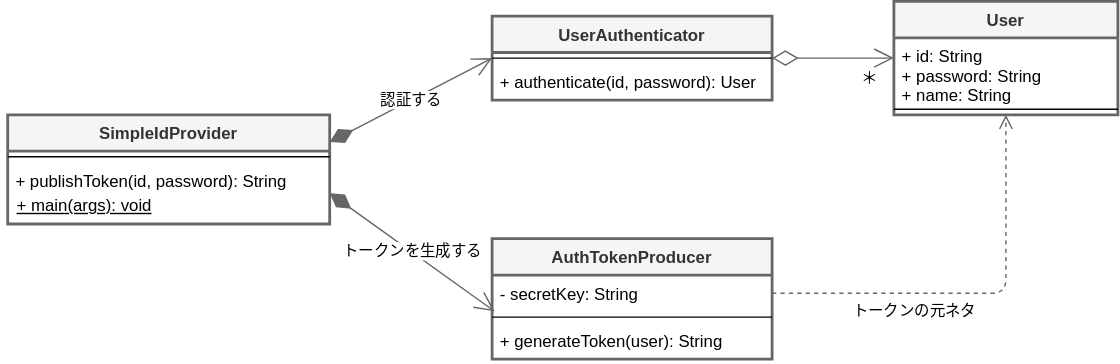
The draw.io diagram src/img/blogs/2022/1210_simpleIdprovider-structure.drawio.svg in mamezou-tech/mamezou-tech-site, before a commit. Source tidied: cells renumbered, new cells last; positions are measured from the earlier drawing's top-left corner, leaving out a move shared by most shapes.
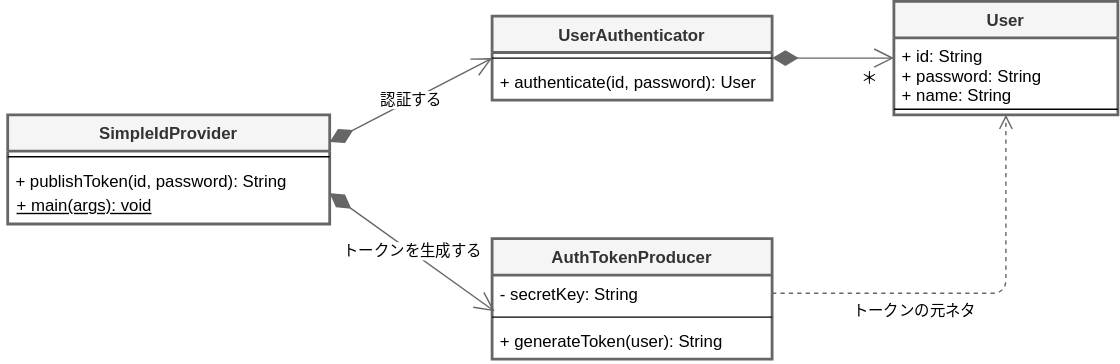
The same file after the commit.

Change to the diagram source:
```diff
@@ -32,7 +32,7 @@
     <mxCell id="11" style="line;strokeWidth=1;fillColor=none;align=left;verticalAlign=middle;spacingTop=-1;spacingLeft=3;spacingRight=3;labelPosition=right;" parent="9" vertex="1">
       <mxGeometry y="73" width="160" height="8" as="geometry" />
     </mxCell>
-    <mxCell id="12" style="endArrow=open;endFill=1;endSize=12;html=1;exitX=1;exitY=0.5;exitDx=0;exitDy=0;entryX=0;entryY=0.5;entryDx=0;entryDy=0;startArrow=diamondThin;startFill=0;startSize=16;labelPosition=right;verticalLabelPosition=bottom;align=left;verticalAlign=top;strokeColor=#666666;" parent="1" edge="1" source="6" target="9">
+    <mxCell id="12" style="endArrow=open;endFill=1;endSize=12;html=1;exitX=1;exitY=0.5;exitDx=0;exitDy=0;entryX=0;entryY=0.5;entryDx=0;entryDy=0;startArrow=diamondThin;startFill=1;startSize=16;labelPosition=right;verticalLabelPosition=bottom;align=left;verticalAlign=top;strokeColor=#666666;" parent="1" edge="1" source="6" target="9">
       <mxGeometry relative="1" as="geometry" />
     </mxCell>
     <mxCell id="13" value="認証する" style="edgeStyle=none;html=1;exitX=1;exitY=0.25;exitDx=0;exitDy=0;entryX=0;entryY=0.5;entryDx=0;entryDy=0;startArrow=diamondThin;startFill=1;startSize=16;endArrow=open;endFill=0;endSize=12;strokeColor=#666666;" parent="1" edge="1" source="17" target="6">
```
